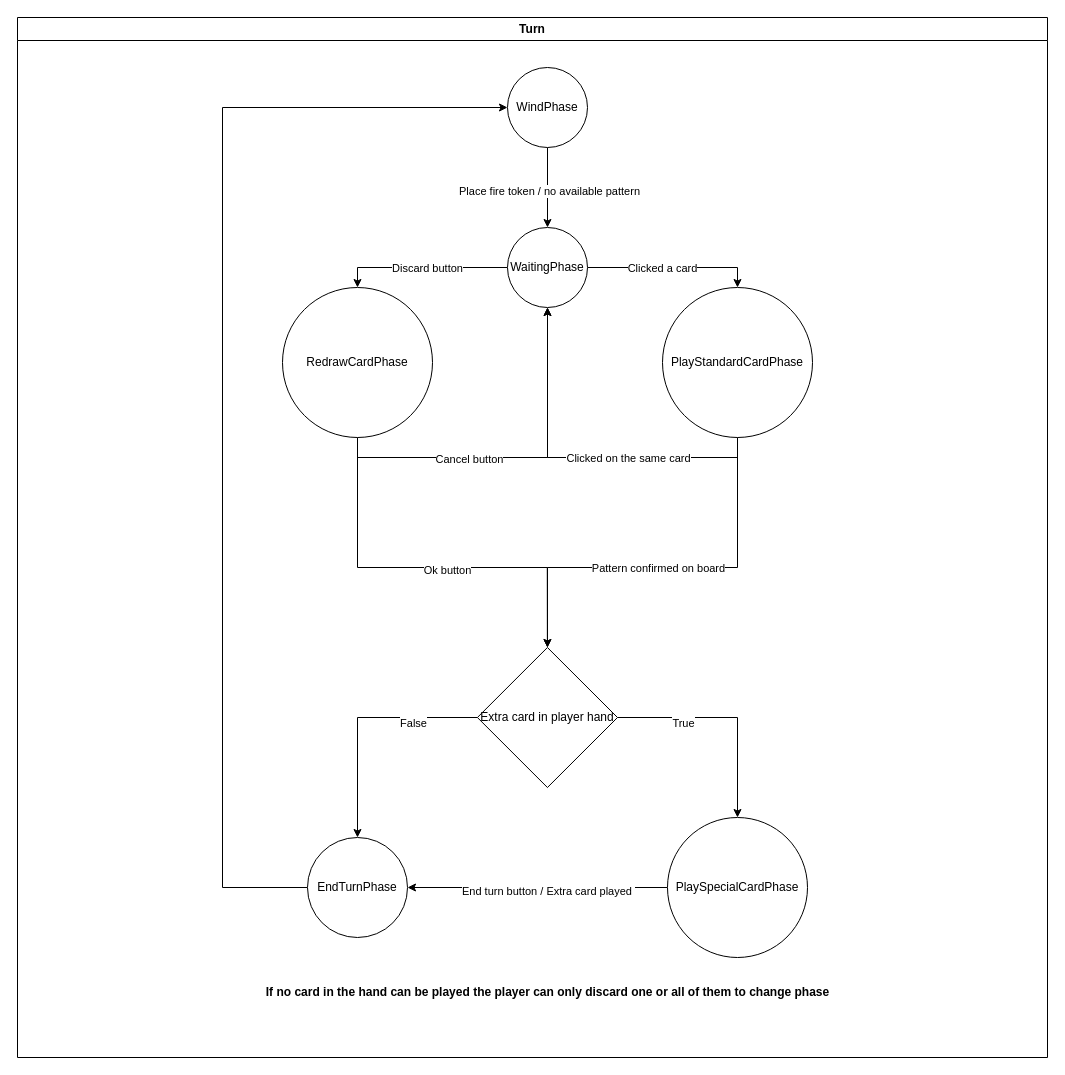
The draw.io diagram docs/TurnStates.drawio in Fight-Fire-With-Scala/Scala-Fire-Tower, before the edit. Source tidied: cells renumbered, new cells numbered last; positions are measured from the earlier drawing's top-left corner, leaving out a move shared by most shapes. Both pictures are drawn from the tidied source at 100%, with x=0, y=0 at pixel (17, 17).
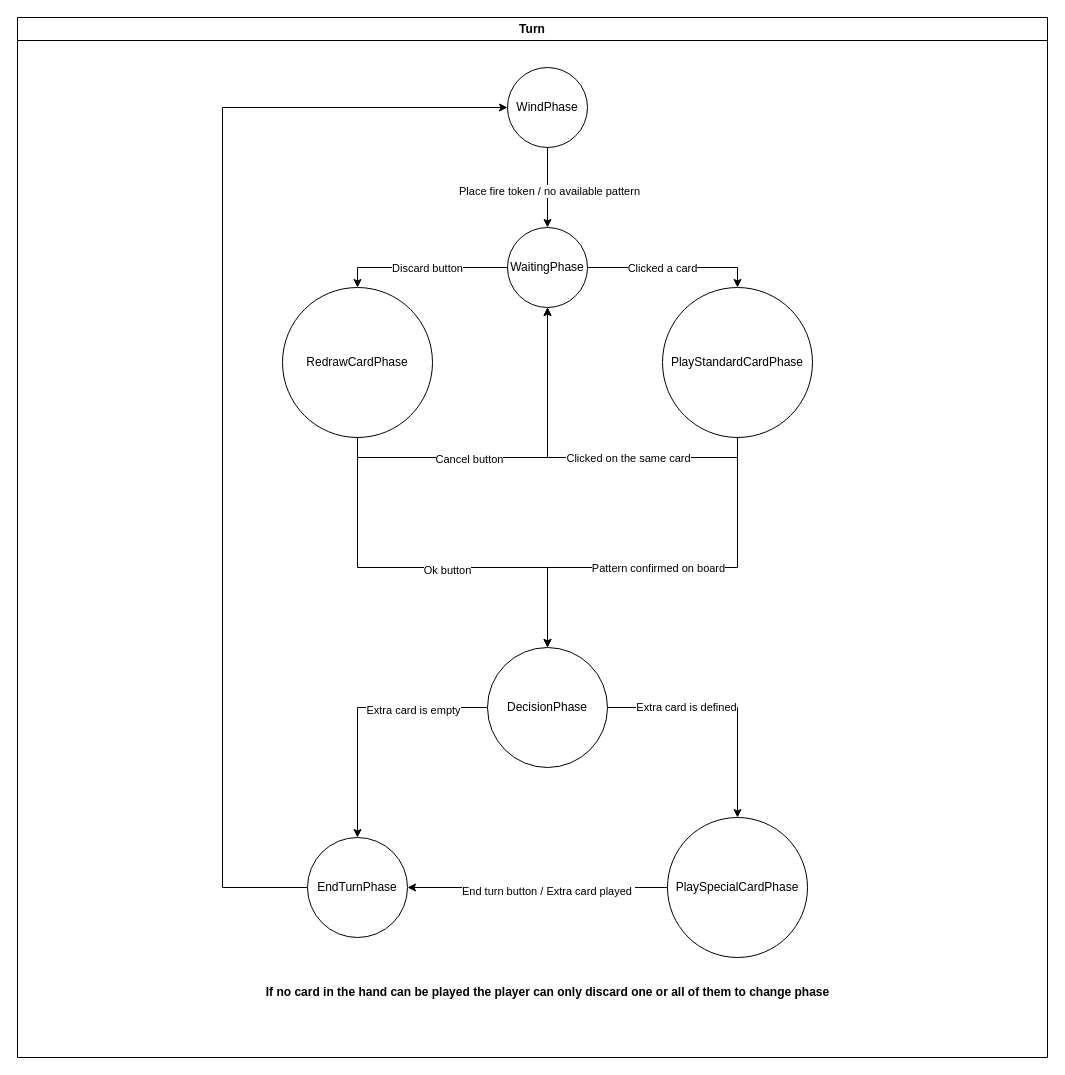
Above is the later version.

Commit message (it also covers changes not shown here):
feat: add DecisionPhase to skip PlaySpecialCardPhase if no special card in hand

The change refers to these unchanged cells:
```xml
<mxCell id="2" value="Turn" style="swimlane;whiteSpace=wrap;html=1;" parent="1" vertex="1">
  <mxGeometry width="1030" height="1040" as="geometry" />
</mxCell>
<mxCell id="15" value="RedrawCardPhase" style="ellipse;whiteSpace=wrap;html=1;" parent="2" vertex="1">
  <mxGeometry x="265" y="270" width="150" height="150" as="geometry" />
</mxCell>
<mxCell id="20" value="PlayStandardCardPhase" style="ellipse;whiteSpace=wrap;html=1;" parent="2" vertex="1">
  <mxGeometry x="645" y="270" width="150" height="150" as="geometry" />
</mxCell>
<mxCell id="23" value="EndTurnPhase" style="ellipse;whiteSpace=wrap;html=1;direction=south;" parent="2" vertex="1">
  <mxGeometry x="290" y="820" width="100" height="100" as="geometry" />
</mxCell>
<mxCell id="31" value="PlaySpecialCardPhase" style="ellipse;whiteSpace=wrap;html=1;" parent="2" vertex="1">
  <mxGeometry x="650" y="800" width="140" height="140" as="geometry" />
</mxCell>
```

Diff of the diagram source:
```diff
@@
-    <mxCell id="13" style="edgeStyle=orthogonalEdgeStyle;rounded=0;jettySize=auto;html=1;exitX=0.5;exitY=1;exitDx=0;exitDy=0;entryX=0.5;entryY=0;entryDx=0;entryDy=0;" parent="2" edge="1" source="15" target="28">
+    <mxCell id="13" style="edgeStyle=orthogonalEdgeStyle;rounded=0;jettySize=auto;html=1;exitX=0.5;exitY=1;exitDx=0;exitDy=0;entryX=0.5;entryY=0;entryDx=0;entryDy=0;" parent="2" edge="1" source="15">
       <mxGeometry relative="1" as="geometry">
+        <mxPoint x="530" y="630" as="targetPoint" />
         <Array as="points">
           <mxPoint x="340" y="550" />
           <mxPoint x="530" y="550" />
         </Array>
       </mxGeometry>
     </mxCell>
@@
-    <mxCell id="18" style="edgeStyle=orthogonalEdgeStyle;rounded=0;jettySize=auto;html=1;exitX=0.5;exitY=1;exitDx=0;exitDy=0;entryX=0.5;entryY=0;entryDx=0;entryDy=0;" parent="2" edge="1" source="20" target="28">
+    <mxCell id="18" style="edgeStyle=orthogonalEdgeStyle;rounded=0;jettySize=auto;html=1;exitX=0.5;exitY=1;exitDx=0;exitDy=0;entryX=0.5;entryY=0;entryDx=0;entryDy=0;" parent="2" edge="1" source="20">
       <mxGeometry relative="1" as="geometry">
+        <mxPoint x="530" y="630" as="targetPoint" />
         <Array as="points">
           <mxPoint x="720" y="550" />
           <mxPoint x="530" y="550" />
         </Array>
       </mxGeometry>
     </mxCell>
@@
-    <mxCell id="24" style="edgeStyle=orthogonalEdgeStyle;rounded=0;jettySize=auto;html=1;exitX=0;exitY=0.5;exitDx=0;exitDy=0;entryX=0;entryY=0.5;entryDx=0;entryDy=0;" parent="2" edge="1" source="28" target="23">
+    <mxCell id="24" style="edgeStyle=orthogonalEdgeStyle;rounded=0;jettySize=auto;html=1;exitX=0;exitY=0.5;exitDx=0;exitDy=0;entryX=0;entryY=0.5;entryDx=0;entryDy=0;" parent="2" edge="1" source="34" target="23">
       <mxGeometry relative="1" as="geometry" />
     </mxCell>
-    <mxCell id="25" value="False" style="edgeLabel;html=1;align=center;verticalAlign=middle;" parent="24" vertex="1">
-      <mxGeometry x="-0.47" y="5" relative="1" as="geometry" />
-    </mxCell>
+    <mxCell id="32" value="Extra card is empty" style="edgeLabel;html=1;align=center;verticalAlign=middle;" parent="24" vertex="1">
+      <mxGeometry x="-0.42" y="2" relative="1" as="geometry" />
+    </mxCell>
-    <mxCell id="26" style="edgeStyle=orthogonalEdgeStyle;rounded=0;jettySize=auto;html=1;exitX=1;exitY=0.5;exitDx=0;exitDy=0;" parent="2" edge="1" source="28" target="31">
+    <mxCell id="26" style="edgeStyle=orthogonalEdgeStyle;rounded=0;jettySize=auto;html=1;exitX=1;exitY=0.5;exitDx=0;exitDy=0;" parent="2" edge="1" source="34" target="31">
       <mxGeometry relative="1" as="geometry" />
     </mxCell>
-    <mxCell id="27" value="True" style="edgeLabel;html=1;align=center;verticalAlign=middle;" parent="26" vertex="1">
-      <mxGeometry x="-0.41" y="-5" relative="1" as="geometry" />
-    </mxCell>
-    <mxCell id="28" value="Extra card in player hand" style="rhombus;whiteSpace=wrap;html=1;" parent="2" vertex="1">
-      <mxGeometry x="459.9" y="630" width="140.1" height="140" as="geometry" />
-    </mxCell>
+    <mxCell id="33" value="Extra card is defined" style="edgeLabel;html=1;align=center;verticalAlign=middle;" parent="26" vertex="1">
+      <mxGeometry x="-0.35" y="1" relative="1" as="geometry" />
+    </mxCell>
@@
+    <mxCell id="34" value="DecisionPhase" style="ellipse;whiteSpace=wrap;html=1;" parent="2" vertex="1">
+      <mxGeometry x="470" y="630" width="120" height="120" as="geometry" />
+    </mxCell>
```
